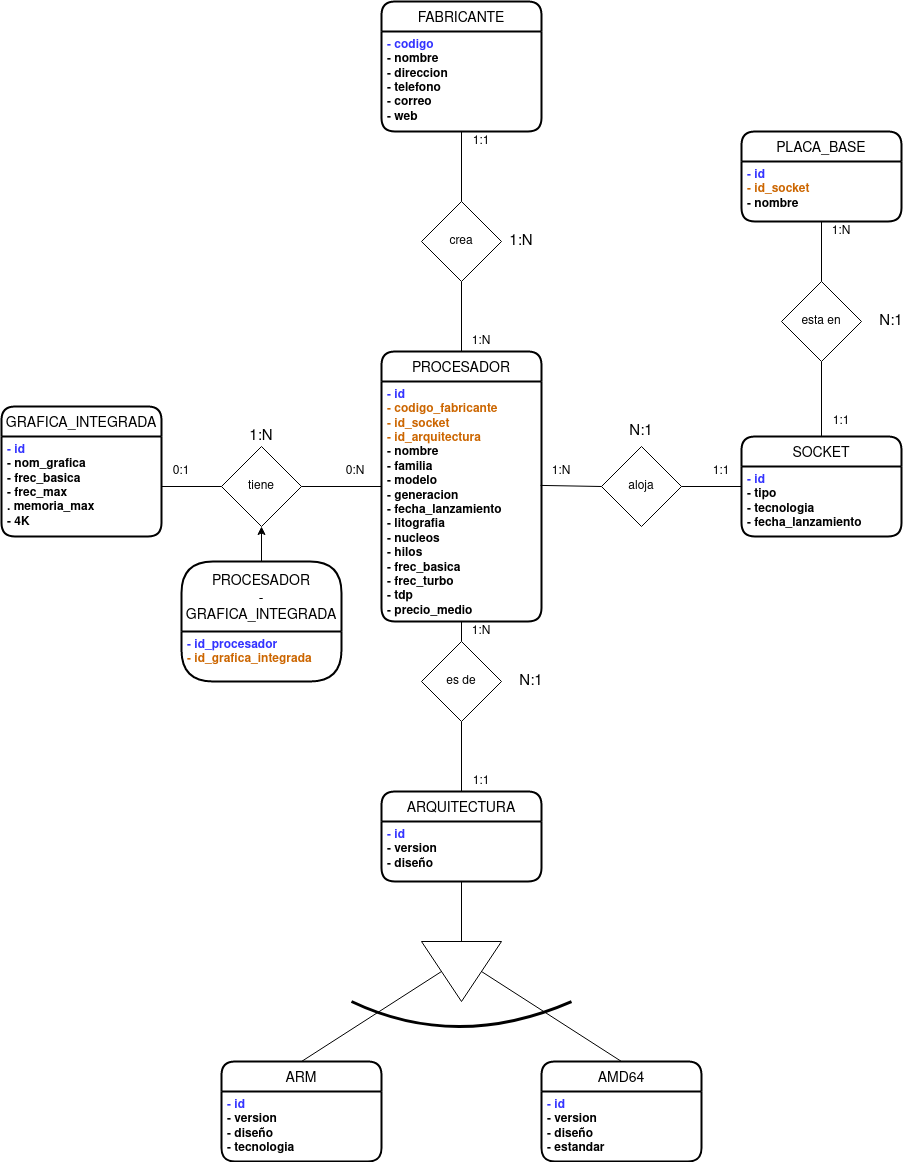
Alejandro1901/ProcesadoresDB keeps this draw.io diagram as images/paso a tablas.png. Above is the earlier version. Source tidied: cells renumbered, new cells last; positions are measured from the earlier drawing's top-left corner, leaving out a move shared by most shapes.
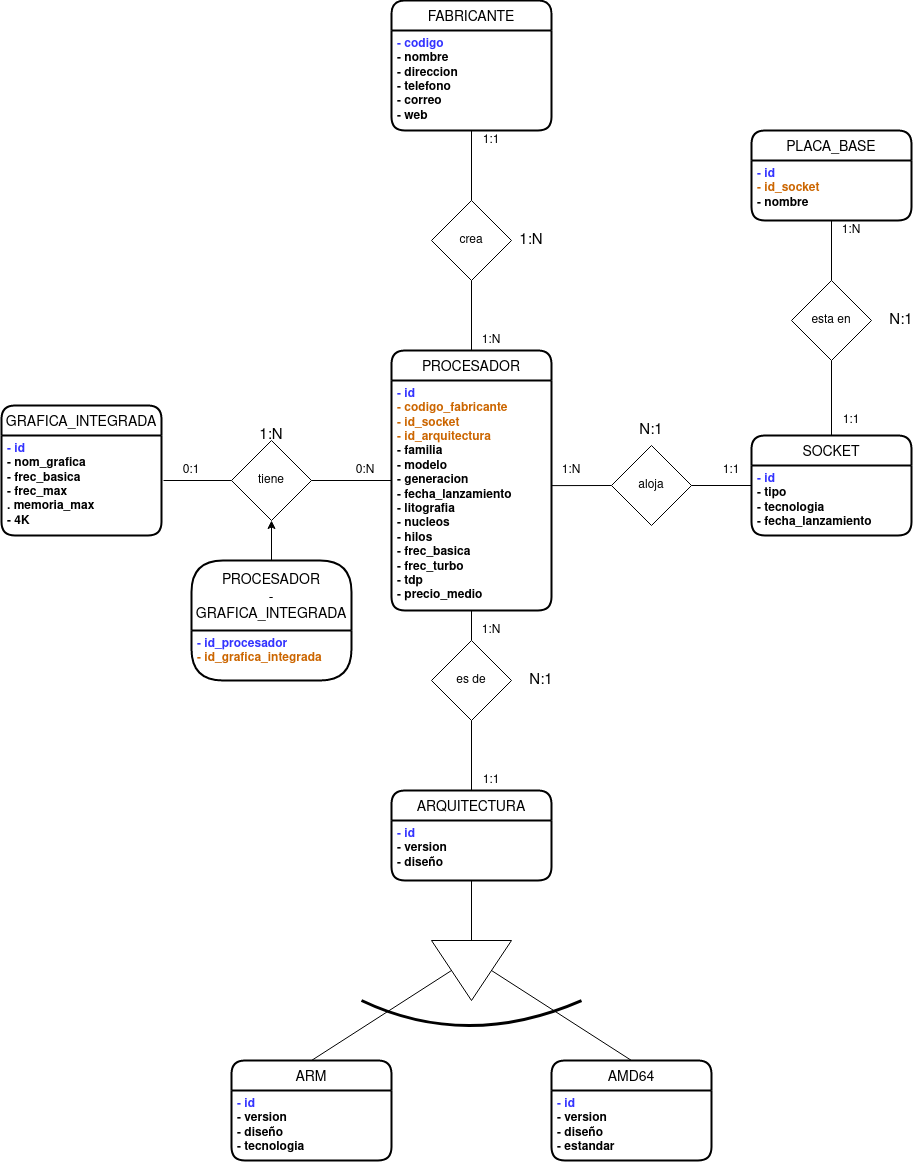
Above is the later version.

Commit message:
actualizacion paso a tabla

The edit, as a diff of the source:
```diff
@@ -3,13 +3,13 @@
     <mxCell id="0" />
     <mxCell id="1" parent="0" />
     <mxCell id="2" value="PROCESADOR" style="swimlane;horizontal=1;startSize=30;rounded=1;fontSize=14;fontStyle=0;strokeWidth=2;shadow=0;dashed=0;align=center;" parent="1" vertex="1">
-      <mxGeometry x="380" y="350" width="160" height="270" as="geometry" />
+      <mxGeometry x="380" y="350" width="160" height="260" as="geometry" />
     </mxCell>
-    <mxCell id="3" value="&lt;div&gt;- id&lt;br&gt;&lt;/div&gt;&lt;font color=&quot;#CC6600&quot;&gt;- codigo_fabricante&lt;br&gt;- id_socket&lt;br&gt;&lt;/font&gt;&lt;div&gt;&lt;font color=&quot;#CC6600&quot;&gt;- id_arquitectura&lt;/font&gt;&lt;br&gt;&lt;font color=&quot;#CC6600&quot;&gt;&lt;font color=&quot;#000000&quot;&gt;- nombre&lt;/font&gt;&lt;/font&gt;&lt;/div&gt;&lt;div&gt;&lt;font color=&quot;#CC6600&quot;&gt;&lt;font color=&quot;#000000&quot;&gt;- familia&lt;br&gt;&lt;/font&gt;&lt;/font&gt;&lt;/div&gt;&lt;div&gt;&lt;font color=&quot;#CC6600&quot;&gt;&lt;font color=&quot;#000000&quot;&gt;- modelo&lt;/font&gt;&lt;/font&gt;&lt;/div&gt;&lt;div&gt;&lt;font color=&quot;#CC6600&quot;&gt;&lt;font color=&quot;#000000&quot;&gt;- generacion&lt;/font&gt;&lt;/font&gt;&lt;/div&gt;&lt;div&gt;&lt;font color=&quot;#CC6600&quot;&gt;&lt;font color=&quot;#000000&quot;&gt;- fecha_lanzamiento&lt;/font&gt;&lt;/font&gt;&lt;/div&gt;&lt;div&gt;&lt;font color=&quot;#CC6600&quot;&gt;&lt;font color=&quot;#000000&quot;&gt;- litografia&lt;/font&gt;&lt;/font&gt;&lt;/div&gt;&lt;div&gt;&lt;font color=&quot;#CC6600&quot;&gt;&lt;font color=&quot;#000000&quot;&gt;- nucleos&lt;/font&gt;&lt;/font&gt;&lt;/div&gt;&lt;div&gt;&lt;font color=&quot;#CC6600&quot;&gt;&lt;font color=&quot;#000000&quot;&gt;- hilos&lt;/font&gt;&lt;/font&gt;&lt;/div&gt;&lt;div&gt;&lt;font color=&quot;#CC6600&quot;&gt;&lt;font color=&quot;#000000&quot;&gt;- frec_basica&lt;/font&gt;&lt;/font&gt;&lt;/div&gt;&lt;div&gt;&lt;font color=&quot;#CC6600&quot;&gt;&lt;font color=&quot;#000000&quot;&gt;- frec_turbo&lt;/font&gt;&lt;/font&gt;&lt;/div&gt;&lt;div&gt;&lt;font color=&quot;#CC6600&quot;&gt;&lt;font color=&quot;#000000&quot;&gt;- tdp&lt;/font&gt;&lt;/font&gt;&lt;/div&gt;&lt;div&gt;&lt;font color=&quot;#000000&quot;&gt;- precio_medio&lt;/font&gt;&lt;br&gt;&lt;/div&gt;" style="align=left;strokeColor=none;fillColor=none;spacingLeft=4;fontSize=12;verticalAlign=top;fontStyle=1;fontColor=#3333FF;html=1;" parent="2" vertex="1">
-      <mxGeometry y="30" width="160" height="240" as="geometry" />
+    <mxCell id="3" value="&lt;div&gt;- id&lt;br&gt;&lt;/div&gt;&lt;font color=&quot;#CC6600&quot;&gt;- codigo_fabricante&lt;br&gt;- id_socket&lt;br&gt;&lt;/font&gt;&lt;div&gt;&lt;font color=&quot;#CC6600&quot;&gt;- id_arquitectura&lt;/font&gt;&lt;font color=&quot;#CC6600&quot;&gt;&lt;font color=&quot;#000000&quot;&gt;&lt;br&gt;&lt;/font&gt;&lt;/font&gt;&lt;/div&gt;&lt;div&gt;&lt;font color=&quot;#CC6600&quot;&gt;&lt;font color=&quot;#000000&quot;&gt;- familia&lt;br&gt;&lt;/font&gt;&lt;/font&gt;&lt;/div&gt;&lt;div&gt;&lt;font color=&quot;#CC6600&quot;&gt;&lt;font color=&quot;#000000&quot;&gt;- modelo&lt;/font&gt;&lt;/font&gt;&lt;/div&gt;&lt;div&gt;&lt;font color=&quot;#CC6600&quot;&gt;&lt;font color=&quot;#000000&quot;&gt;- generacion&lt;/font&gt;&lt;/font&gt;&lt;/div&gt;&lt;div&gt;&lt;font color=&quot;#CC6600&quot;&gt;&lt;font color=&quot;#000000&quot;&gt;- fecha_lanzamiento&lt;/font&gt;&lt;/font&gt;&lt;/div&gt;&lt;div&gt;&lt;font color=&quot;#CC6600&quot;&gt;&lt;font color=&quot;#000000&quot;&gt;- litografia&lt;/font&gt;&lt;/font&gt;&lt;/div&gt;&lt;div&gt;&lt;font color=&quot;#CC6600&quot;&gt;&lt;font color=&quot;#000000&quot;&gt;- nucleos&lt;/font&gt;&lt;/font&gt;&lt;/div&gt;&lt;div&gt;&lt;font color=&quot;#CC6600&quot;&gt;&lt;font color=&quot;#000000&quot;&gt;- hilos&lt;/font&gt;&lt;/font&gt;&lt;/div&gt;&lt;div&gt;&lt;font color=&quot;#CC6600&quot;&gt;&lt;font color=&quot;#000000&quot;&gt;- frec_basica&lt;/font&gt;&lt;/font&gt;&lt;/div&gt;&lt;div&gt;&lt;font color=&quot;#CC6600&quot;&gt;&lt;font color=&quot;#000000&quot;&gt;- frec_turbo&lt;/font&gt;&lt;/font&gt;&lt;/div&gt;&lt;div&gt;&lt;font color=&quot;#CC6600&quot;&gt;&lt;font color=&quot;#000000&quot;&gt;- tdp&lt;/font&gt;&lt;/font&gt;&lt;/div&gt;&lt;div&gt;&lt;font color=&quot;#000000&quot;&gt;- precio_medio&lt;/font&gt;&lt;br&gt;&lt;/div&gt;" style="align=left;strokeColor=none;fillColor=none;spacingLeft=4;fontSize=12;verticalAlign=top;fontStyle=1;fontColor=#3333FF;html=1;" parent="2" vertex="1">
+      <mxGeometry y="30" width="160" height="230" as="geometry" />
     </mxCell>
     <mxCell id="4" value="GRAFICA_INTEGRADA" style="swimlane;horizontal=1;startSize=30;rounded=1;fontSize=14;fontStyle=0;strokeWidth=2;shadow=0;dashed=0;align=center;" parent="1" vertex="1">
-      <mxGeometry y="405" width="160" height="130" as="geometry" />
+      <mxGeometry x="-10" y="405" width="160" height="130" as="geometry" />
     </mxCell>
     <mxCell id="5" value="&lt;div&gt;- id&lt;/div&gt;&lt;div&gt;&lt;font color=&quot;#000000&quot;&gt;- nom_grafica&lt;/font&gt;&lt;/div&gt;&lt;div&gt;&lt;font color=&quot;#000000&quot;&gt;- frec_basica&lt;/font&gt;&lt;/div&gt;&lt;div&gt;&lt;font color=&quot;#000000&quot;&gt;- frec_max&lt;/font&gt;&lt;/div&gt;&lt;div&gt;&lt;font color=&quot;#000000&quot;&gt;. memoria_max&lt;/font&gt;&lt;/div&gt;&lt;div&gt;&lt;font color=&quot;#000000&quot;&gt;- 4K&lt;/font&gt;&lt;br&gt;&lt;/div&gt;" style="align=left;strokeColor=none;fillColor=none;spacingLeft=4;fontSize=12;verticalAlign=top;fontStyle=1;fontColor=#3333FF;html=1;" parent="4" vertex="1">
       <mxGeometry y="30" width="160" height="100" as="geometry" />
@@ -45,13 +45,15 @@
       <mxGeometry y="30" width="160" height="70" as="geometry" />
     </mxCell>
     <mxCell id="16" value="&lt;div align=&quot;center&quot;&gt;tiene&lt;/div&gt;" style="rhombus;whiteSpace=wrap;html=1;align=center;" parent="1" vertex="1">
-      <mxGeometry x="220" y="445" width="80" height="80" as="geometry" />
+      <mxGeometry x="220" y="440" width="80" height="80" as="geometry" />
     </mxCell>
     <mxCell id="17" style="endArrow=none;html=1;fontColor=#000000;exitX=1;exitY=0.5;exitDx=0;exitDy=0;entryX=0;entryY=0.5;entryDx=0;entryDy=0;" parent="1" edge="1" source="16" target="2">
       <mxGeometry relative="1" as="geometry" />
     </mxCell>
-    <mxCell id="18" style="endArrow=none;html=1;fontColor=#000000;entryX=0;entryY=0.5;entryDx=0;entryDy=0;exitX=1;exitY=0.5;exitDx=0;exitDy=0;" parent="1" edge="1" source="5" target="16">
-      <mxGeometry relative="1" as="geometry" />
+    <mxCell id="18" style="endArrow=none;html=1;fontColor=#000000;entryX=0;entryY=0.5;entryDx=0;entryDy=0;" parent="1" edge="1" target="16">
+      <mxGeometry relative="1" as="geometry">
+        <mxPoint x="152" y="480" as="sourcePoint" />
+      </mxGeometry>
     </mxCell>
     <mxCell id="19" value="&lt;div align=&quot;center&quot;&gt;aloja&lt;/div&gt;" style="rhombus;whiteSpace=wrap;html=1;fontColor=#000000;align=center;" parent="1" vertex="1">
       <mxGeometry x="600" y="445" width="80" height="80" as="geometry" />
@@ -59,7 +61,7 @@
     <mxCell id="20" value="crea" style="rhombus;whiteSpace=wrap;html=1;fontColor=#000000;align=center;" parent="1" vertex="1">
       <mxGeometry x="420" y="200" width="80" height="80" as="geometry" />
     </mxCell>
-    <mxCell id="21" style="endArrow=none;html=1;fontColor=#000000;exitX=0.994;exitY=0.433;exitDx=0;exitDy=0;exitPerimeter=0;entryX=0;entryY=0.5;entryDx=0;entryDy=0;" parent="1" edge="1" source="3" target="19">
+    <mxCell id="21" style="endArrow=none;html=1;fontColor=#000000;exitX=0.999;exitY=0.457;exitDx=0;exitDy=0;exitPerimeter=0;entryX=0;entryY=0.5;entryDx=0;entryDy=0;" parent="1" edge="1" source="3" target="19">
       <mxGeometry relative="1" as="geometry" />
     </mxCell>
     <mxCell id="22" style="endArrow=none;html=1;fontColor=#000000;exitX=1;exitY=0.5;exitDx=0;exitDy=0;entryX=0;entryY=0.5;entryDx=0;entryDy=0;" parent="1" edge="1" source="19" target="6">
```
